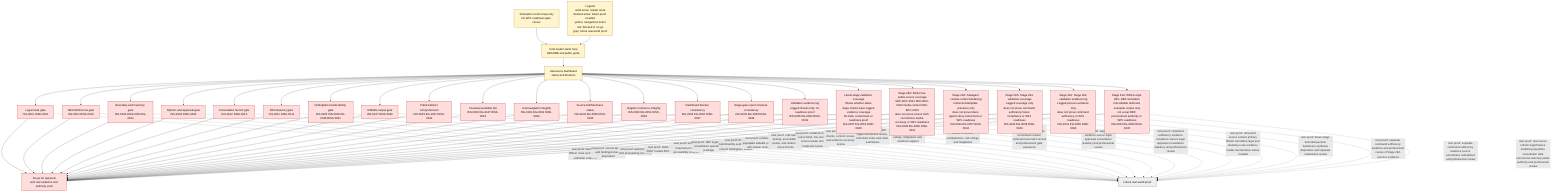
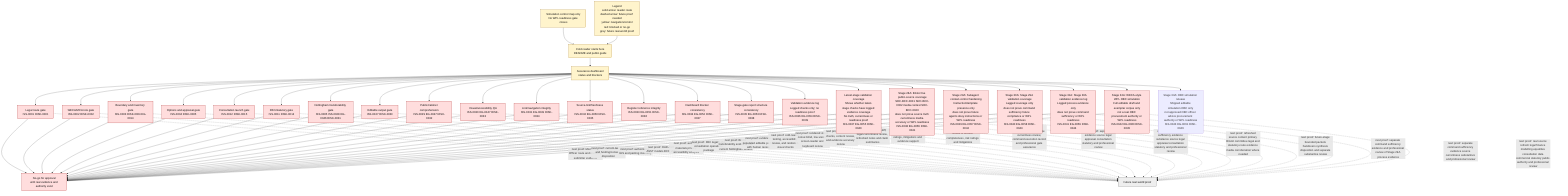
flowchart TD
    Caption["Simulation control map only<br/>No WPL readiness gate closes"]
    Legend["Legend<br/>solid arrow: reader route<br/>dashed arrow: future proof needed<br/>yellow: navigation/control<br/>red: blocked or no-go<br/>grey: future real-world proof"]
    Caption --> Start
    Legend --> Start
    Start["Cold reader starts here<br/>README and public guide"] --> Dash["Assurance dashboard<br/>status and blockers"]
    Dash --> Legal["Legal route gate<br/>ISS-0001 RISK-0001"]
    Dash --> WECA["WECA/MCA role gate<br/>ISS-0002 RISK-0002"]
    Dash --> Spatial["Boundary and inventory gate<br/>ISS-0003 RISK-0004 EG-0014"]
    Dash --> Appraisal["Options and appraisal gate<br/>ISS-0004 RISK-0005"]
    Dash --> Consult["Consultation launch gate<br/>ISS-0012 RISK-0015"]
    Dash --> FBC["FBC/statutory gate<br/>ISS-0011 RISK-0014"]
    Dash --> Nottingham["Nottingham transferability gate<br/>ISS-0005 ISS-0028 EG-0046 RISK-0031"]
    Dash --> Authoring["Editable output gate<br/>ISS-0027 RISK-0030"]
    Dash --> Comprehension["Public/cabinet comprehension<br/>ISS-0029 EG-0047 RISK-0032"]
    Dash --> VisualQA["Visual/accessibility QA<br/>ISS-0030 EG-0047 RISK-0033"]
    Dash --> NavigationQA["Link/navigation integrity<br/>ISS-0031 EG-0049 RISK-0034"]
    Dash --> SourceFreshness["Source-link/freshness status<br/>ISS-0032 EG-0050 RISK-0035"]
    Dash --> RegisterIntegrity["Register reference integrity<br/>ISS-0033 EG-0051 RISK-0036"]
    Dash --> DashboardConsistency["Dashboard blocker consistency<br/>ISS-0034 EG-0052 RISK-0037"]
    Dash --> GateReportQA["Stage-gate report structure consistency<br/>ISS-0035 EG-0053 RISK-0038"]
    Dash --> ValidationEvidence["Validation evidence log<br/>Logged checks only; no readiness proof<br/>ISS-0036 EG-0054 RISK-0039"]
    Dash --> ValidationCoverage["Latest-stage validation coverage<br/>Shows whether latest-stage checks have logged evidence coverage<br/>No truth, currentness or readiness proof<br/>ISS-0037 EG-0055 RISK-0040"]
    Dash --> BristolPublicSources["Stage 28A: Bristol live public-source coverage<br/>SRC-BCC-0001 SRC-BCC-0002 media context SRC-BCC-0020<br/>does not prove source truth currentness media accuracy or WPL readiness<br/>ISS-0038 EG-0056 RISK-0041"]
    Dash --> SubagentContextControl["Stage 29A: Subagent context-control hardening<br/>Instruction/template presence only<br/>does not prove future agents obey instructions or WPL readiness<br/>ISS-0039 EG-0057 RISK-0042"]
    Dash --> Stage29ValidationCoverage["Stage 30A: Stage 29A validation coverage<br/>Lagged coverage only<br/>does not prove command sufficiency future compliance or WPL readiness<br/>ISS-0040 EG-0058 RISK-0043"]
    Dash --> Stage30ValidationLog["Stage 31A: Stage 30A validation evidence log<br/>Logged process evidence only<br/>does not prove command sufficiency or WPL readiness<br/>ISS-0041 EG-0059 RISK-0044"]
    Dash --> Stage32AObcSimulation["Stage 32A: WECA-style WPL OBC simulation<br/>Full editable draft and exemplar corpus only<br/>not a real OBC procurement authority or WPL readiness<br/>ISS-0042 EG-0060 RISK-0045"]
+     Dash --> Stage33AObcRelease["Stage 33A: OBC simulation release<br/>Shipped editable simulation OBC only<br/>not approved OBC officer advice procurement authority or WPL readiness<br/>ISS-0043 EG-0061 RISK-0046"]

    Legal --> NoGo["No-go for approval<br/>until real evidence and authority exist"]
    WECA --> NoGo
    Spatial --> NoGo
    Appraisal --> NoGo
    Consult --> NoGo
    FBC --> NoGo
    Nottingham --> NoGo
    Authoring --> NoGo
    Comprehension --> NoGo
    VisualQA --> NoGo
    NavigationQA --> NoGo
    SourceFreshness --> NoGo
    RegisterIntegrity --> NoGo
    DashboardConsistency --> NoGo
    GateReportQA --> NoGo
    ValidationEvidence --> NoGo
    ValidationCoverage --> NoGo
    BristolPublicSources --> NoGo
    SubagentContextControl --> NoGo
    Stage29ValidationCoverage --> NoGo
    Stage30ValidationLog --> NoGo
    Stage32AObcSimulation --> NoGo

    Legal -. "next proof: Monitoring Officer route and statutory submitter evidence" .-> Proof["Future real-world proof"]
    WECA -. "next proof: current-law role and funding/consent disposition" .-> Proof
    Spatial -. "next proof: authoritative GIS and parking inventory" .-> Proof
    Appraisal -. "next proof: OAR ASR ASST models BCR VFM" .-> Proof
    Consult -. "next proof: authority materials privacy accessibility analysis" .-> Proof
    FBC -. "next proof: FBC legal S151 consultation operations package" .-> Proof
    Nottingham -. "next proof: Bristol transferability evidence and current Nottingham refresh" .-> Proof
    Authoring -. "next proof: evidence-populated editable packs with human review" .-> Proof
    Comprehension -. "next proof: cold-reader testing, accessibility review, and rendered-visual checks" .-> Proof
    VisualQA -. "next proof: rendered visual, colour-blind, low-vision, screen-reader and keyboard review" .-> Proof
    NavigationQA -. "next proof: external-link checks, content review, and evidence accuracy review" .-> Proof
    SourceFreshness -. "next proof: content diff, legal-currentness review, refreshed notes and claim summaries" .-> Proof
    RegisterIntegrity -. "next proof: human review of row substance, risk ratings, mitigations and evidence support" .-> Proof
    DashboardConsistency -. "next proof: full register review of blocker completeness, risk ratings and mitigations" .-> Proof
    GateReportQA -. "next proof: evidence substance review, source currentness review, command execution record and professional gate assurance" .-> Proof
    ValidationEvidence -. "next proof: separate evidence source legal appraisal consultation statutory and professional review" .-> Proof
    ValidationCoverage -. "next proof: command sufficiency evidence substance source legal appraisal consultation statutory and professional review" .-> Proof
    BristolPublicSources -. "next proof: refreshed source content primary Bristol committee legal and statutory-route evidence media corroboration where needed" .-> Proof
    SubagentContextControl -. "next proof: future-stage bounded packets handovers synthesis disposition and separate substantive review" .-> Proof
    Stage29ValidationCoverage -. "next proof: separate command sufficiency evidence and professional review of Stage 29A process evidence" .-> Proof
    Stage30ValidationLog -. "next proof: separate command sufficiency evidence source currentness substantive and professional review" .-> Proof
    Stage32AObcSimulation -. "next proof: real source refresh legal finance modelling equalities consultation data commercial statutory public-authority and professional review" .-> Proof

    classDef start fill:#ddf4ff,stroke:#005f99,color:#111111;
    classDef blocked fill:#ffdddd,stroke:#990000,color:#111111;
    classDef guide fill:#fff4cc,stroke:#996600,color:#111111;
    classDef future fill:#eeeeee,stroke:#555555,color:#111111;

    class Start,Dash,Caption,Legend guide;
    class Legal,WECA,Spatial,Appraisal,Consult,FBC,Nottingham,Authoring,Comprehension,VisualQA,NavigationQA,SourceFreshness,RegisterIntegrity,DashboardConsistency,GateReportQA,ValidationEvidence,ValidationCoverage,BristolPublicSources,SubagentContextControl,Stage29ValidationCoverage,Stage30ValidationLog,Stage32AObcSimulation,NoGo blocked;
    class Proof future;
